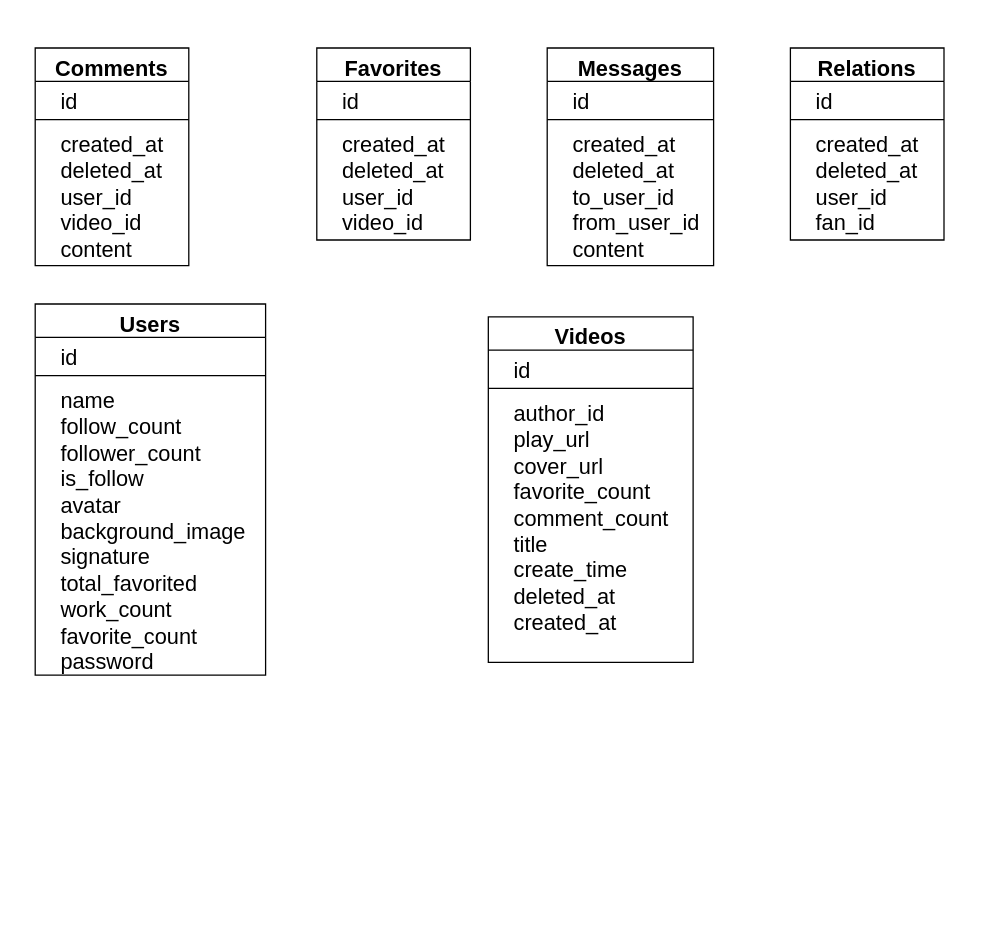
Earlier version of the draw.io diagram 数据库设计.drawio (Afeather2017/Afeather-Flowcharts). Source tidied: cells renumbered, new cells numbered last; positions are measured from the earlier drawing's top-left corner, leaving out a move shared by most shapes. Both pictures are drawn from the tidied source at 128%, with x=0, y=0 at pixel (35, 47).
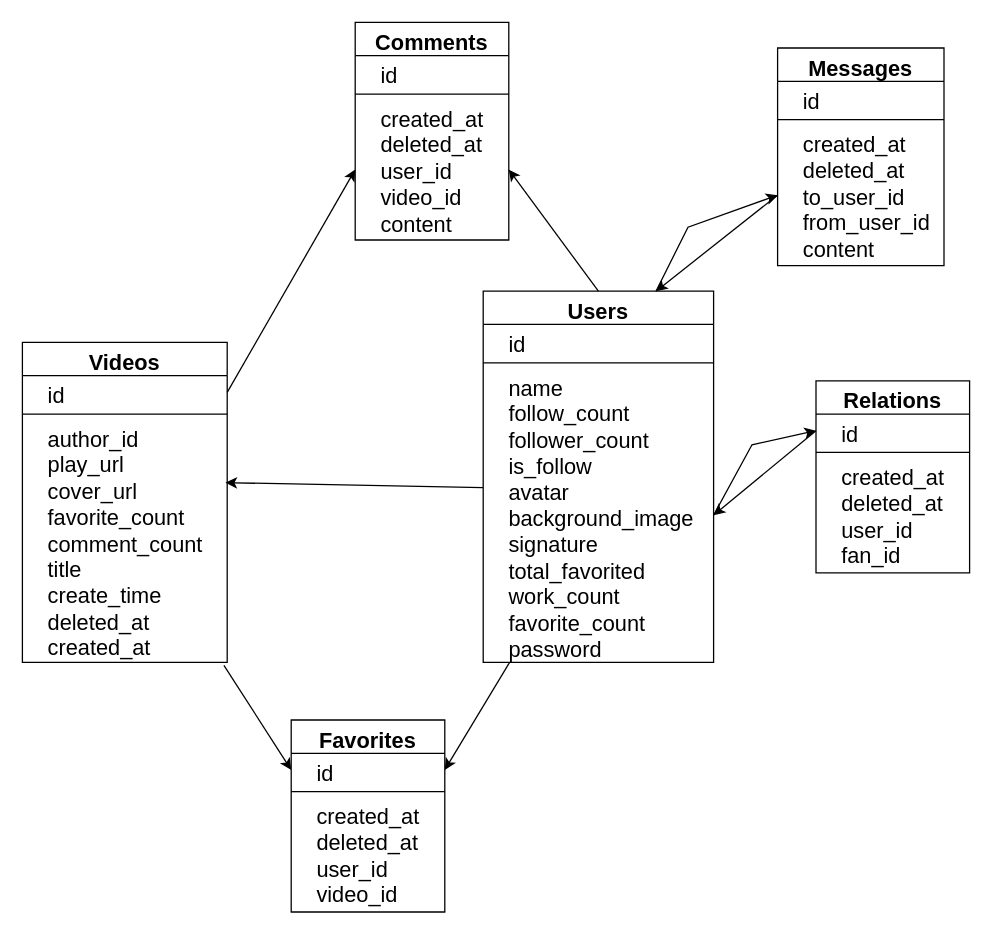
The same diagram, later.

Commit message (it also covers changes not shown here):
更新数据库设计.drawio

Unchanged cells that the change refers to:
```xml
<mxCell id="5" value="&amp;nbsp; &amp;nbsp;created_at&lt;br style=&quot;font-size: 17px;&quot;&gt;&amp;nbsp; &amp;nbsp;deleted_at&lt;br style=&quot;font-size: 17px;&quot;&gt;&amp;nbsp; &amp;nbsp;user_id&lt;br style=&quot;font-size: 17px;&quot;&gt;&amp;nbsp; &amp;nbsp;video_id&lt;br style=&quot;font-size: 17px;&quot;&gt;&amp;nbsp; &amp;nbsp;content" style="text;strokeColor=none;fillColor=none;align=left;verticalAlign=top;spacingLeft=4;spacingRight=4;overflow=hidden;points=[[0,0.5],[1,0.5]];portConstraint=eastwest;whiteSpace=wrap;html=1;fontSize=17;" parent="2" vertex="1">
  <mxGeometry y="60" width="120" height="110" as="geometry" />
</mxCell>
<mxCell id="7" value="&amp;nbsp; &amp;nbsp;id" style="text;strokeColor=none;fillColor=none;align=left;verticalAlign=top;spacingLeft=4;spacingRight=4;overflow=hidden;points=[[0,0.5],[1,0.5]];portConstraint=eastwest;whiteSpace=wrap;html=1;fontSize=17;" parent="6" vertex="1">
  <mxGeometry y="26" width="120" height="26" as="geometry" />
</mxCell>
<mxCell id="13" value="&amp;nbsp; &amp;nbsp;created_at&lt;br style=&quot;font-size: 17px;&quot;&gt;&amp;nbsp; &amp;nbsp;deleted_at&lt;br style=&quot;font-size: 17px;&quot;&gt;&amp;nbsp; &amp;nbsp;to_user_id&lt;br style=&quot;font-size: 17px;&quot;&gt;&amp;nbsp; &amp;nbsp;from_user_id&lt;br&gt;&amp;nbsp; &amp;nbsp;content" style="text;strokeColor=none;fillColor=none;align=left;verticalAlign=top;spacingLeft=4;spacingRight=4;overflow=hidden;points=[[0,0.5],[1,0.5]];portConstraint=eastwest;whiteSpace=wrap;html=1;fontSize=17;" parent="10" vertex="1">
  <mxGeometry y="60" width="130" height="110" as="geometry" />
</mxCell>
<mxCell id="15" value="&amp;nbsp; &amp;nbsp;id" style="text;strokeColor=none;fillColor=none;align=left;verticalAlign=top;spacingLeft=4;spacingRight=4;overflow=hidden;points=[[0,0.5],[1,0.5]];portConstraint=eastwest;whiteSpace=wrap;html=1;fontSize=17;" parent="14" vertex="1">
  <mxGeometry y="26" width="120" height="26" as="geometry" />
</mxCell>
<mxCell id="21" value="&lt;div&gt;&amp;nbsp; &amp;nbsp;name&amp;nbsp; &amp;nbsp; &amp;nbsp; &amp;nbsp; &amp;nbsp; &amp;nbsp; &amp;nbsp;&lt;/div&gt;&lt;div&gt;&amp;nbsp; &amp;nbsp;follow_count&amp;nbsp; &amp;nbsp; &amp;nbsp;&lt;/div&gt;&lt;div&gt;&amp;nbsp; &amp;nbsp;follower_count&amp;nbsp; &amp;nbsp;&lt;/div&gt;&lt;div&gt;&amp;nbsp; &amp;nbsp;is_follow&amp;nbsp; &amp;nbsp; &amp;nbsp; &amp;nbsp;&amp;nbsp;&lt;/div&gt;&lt;div&gt;&amp;nbsp; &amp;nbsp;avatar&amp;nbsp; &amp;nbsp; &amp;nbsp; &amp;nbsp; &amp;nbsp; &amp;nbsp;&lt;/div&gt;&lt;div&gt;&amp;nbsp; &amp;nbsp;background_image&amp;nbsp;&lt;/div&gt;&lt;div&gt;&amp;nbsp; &amp;nbsp;signature&amp;nbsp; &amp;nbsp; &amp;nbsp; &amp;nbsp;&amp;nbsp;&lt;/div&gt;&lt;div&gt;&amp;nbsp; &amp;nbsp;total_favorited&amp;nbsp;&amp;nbsp;&lt;/div&gt;&lt;div&gt;&amp;nbsp; &amp;nbsp;work_count&amp;nbsp; &amp;nbsp; &amp;nbsp; &amp;nbsp;&lt;/div&gt;&lt;div&gt;&amp;nbsp; &amp;nbsp;favorite_count&amp;nbsp; &amp;nbsp;&lt;/div&gt;&lt;div&gt;&amp;nbsp; &amp;nbsp;password&amp;nbsp; &amp;nbsp; &amp;nbsp; &amp;nbsp; &amp;nbsp;&lt;/div&gt;&lt;div&gt;&lt;br&gt;&lt;/div&gt;" style="text;strokeColor=none;fillColor=none;align=left;verticalAlign=top;spacingLeft=4;spacingRight=4;overflow=hidden;points=[[0,0.5],[1,0.5]];portConstraint=eastwest;whiteSpace=wrap;html=1;fontSize=17;" parent="18" vertex="1">
  <mxGeometry y="60" width="180" height="230" as="geometry" />
</mxCell>
<mxCell id="23" value="&amp;nbsp; &amp;nbsp;id" style="text;strokeColor=none;fillColor=none;align=left;verticalAlign=top;spacingLeft=4;spacingRight=4;overflow=hidden;points=[[0,0.5],[1,0.5]];portConstraint=eastwest;whiteSpace=wrap;html=1;fontSize=17;" parent="22" vertex="1">
  <mxGeometry y="26" width="160" height="26" as="geometry" />
</mxCell>
```

The edit, as a diff of the source:
```diff
@@
     <mxCell id="2" value="Comments" style="swimlane;fontStyle=1;align=center;verticalAlign=top;horizontal=1;startSize=26;whiteSpace=wrap;html=1;fillColor=none;fontSize=17;" parent="1" vertex="1">
-      <mxGeometry width="120" height="170" as="geometry" />
+      <mxGeometry x="250" y="-20" width="120" height="170" as="geometry" />
     </mxCell>
@@
     <mxCell id="6" value="Favorites" style="swimlane;fontStyle=1;align=center;verticalAlign=top;horizontal=1;startSize=26;whiteSpace=wrap;html=1;fillColor=none;fontSize=17;" parent="1" vertex="1">
-      <mxGeometry x="220" width="120" height="150" as="geometry" />
+      <mxGeometry x="200" y="525" width="120" height="150" as="geometry" />
     </mxCell>
@@
     <mxCell id="10" value="Messages" style="swimlane;fontStyle=1;align=center;verticalAlign=top;horizontal=1;startSize=26;whiteSpace=wrap;html=1;fillColor=none;fontSize=17;" parent="1" vertex="1">
-      <mxGeometry x="400" width="130" height="170" as="geometry" />
+      <mxGeometry x="580" width="130" height="170" as="geometry" />
     </mxCell>
@@
     <mxCell id="14" value="Relations" style="swimlane;fontStyle=1;align=center;verticalAlign=top;horizontal=1;startSize=26;whiteSpace=wrap;html=1;fillColor=none;fontSize=17;" parent="1" vertex="1">
-      <mxGeometry x="590" width="120" height="150" as="geometry" />
+      <mxGeometry x="610" y="260" width="120" height="150" as="geometry" />
     </mxCell>
@@
     <mxCell id="18" value="Users" style="swimlane;fontStyle=1;align=center;verticalAlign=top;horizontal=1;startSize=26;whiteSpace=wrap;html=1;fillColor=none;fontSize=17;" parent="1" vertex="1">
-      <mxGeometry y="200" width="180" height="290" as="geometry" />
+      <mxGeometry x="350" y="190" width="180" height="290" as="geometry" />
     </mxCell>
@@
     <mxCell id="22" value="Videos" style="swimlane;fontStyle=1;align=center;verticalAlign=top;horizontal=1;startSize=26;whiteSpace=wrap;html=1;fillColor=none;fontSize=17;" parent="1" vertex="1">
-      <mxGeometry x="354" y="210" width="160" height="270" as="geometry" />
+      <mxGeometry x="-10" y="230" width="160" height="250" as="geometry" />
     </mxCell>
@@
     <mxCell id="25" value="&lt;div&gt;&lt;div&gt;&amp;nbsp; &amp;nbsp;author_id&amp;nbsp; &amp;nbsp; &amp;nbsp;&amp;nbsp;&lt;/div&gt;&lt;div&gt;&amp;nbsp; &amp;nbsp;play_url&amp;nbsp; &amp;nbsp; &amp;nbsp; &amp;nbsp;&lt;/div&gt;&lt;div&gt;&amp;nbsp; &amp;nbsp;cover_url&amp;nbsp; &amp;nbsp; &amp;nbsp;&amp;nbsp;&lt;/div&gt;&lt;div&gt;&amp;nbsp; &amp;nbsp;favorite_count&amp;nbsp;&lt;/div&gt;&lt;div&gt;&amp;nbsp; &amp;nbsp;comment_count&amp;nbsp;&amp;nbsp;&lt;/div&gt;&lt;div&gt;&amp;nbsp; &amp;nbsp;title&amp;nbsp; &amp;nbsp; &amp;nbsp; &amp;nbsp; &amp;nbsp;&amp;nbsp;&lt;/div&gt;&lt;div&gt;&amp;nbsp; &amp;nbsp;create_time&amp;nbsp; &amp;nbsp;&amp;nbsp;&lt;/div&gt;&lt;div&gt;&amp;nbsp; &amp;nbsp;deleted_at&amp;nbsp; &amp;nbsp; &amp;nbsp;&lt;/div&gt;&lt;div&gt;&amp;nbsp; &amp;nbsp;created_at&amp;nbsp; &amp;nbsp; &amp;nbsp;&lt;/div&gt;&lt;div&gt;&lt;br&gt;&lt;/div&gt;&lt;/div&gt;" style="text;strokeColor=none;fillColor=none;align=left;verticalAlign=top;spacingLeft=4;spacingRight=4;overflow=hidden;points=[[0,0.5],[1,0.5]];portConstraint=eastwest;whiteSpace=wrap;html=1;fontSize=17;" parent="22" vertex="1">
-      <mxGeometry y="60" width="160" height="210" as="geometry" />
+      <mxGeometry y="60" width="160" height="190" as="geometry" />
     </mxCell>
+    <mxCell id="26" style="endArrow=classic;html=1;rounded=0;entryX=0;entryY=0.5;entryDx=0;entryDy=0;exitX=1;exitY=0.5;exitDx=0;exitDy=0;" parent="1" edge="1" source="23" target="5">
+      <mxGeometry relative="1" as="geometry" />
+    </mxCell>
+    <mxCell id="27" style="endArrow=classic;html=1;rounded=0;entryX=1;entryY=0.5;entryDx=0;entryDy=0;exitX=0.5;exitY=0;exitDx=0;exitDy=0;" parent="1" edge="1" source="18" target="5">
+      <mxGeometry relative="1" as="geometry" />
+    </mxCell>
+    <mxCell id="28" style="endArrow=classic;html=1;rounded=0;exitX=-0.001;exitY=0.406;exitDx=0;exitDy=0;exitPerimeter=0;entryX=0.992;entryY=0.261;entryDx=0;entryDy=0;entryPerimeter=0;" parent="1" edge="1" source="21" target="25">
+      <mxGeometry relative="1" as="geometry" />
+    </mxCell>
+    <mxCell id="29" style="endArrow=classic;html=1;rounded=0;entryX=0;entryY=0.5;entryDx=0;entryDy=0;exitX=0.75;exitY=0;exitDx=0;exitDy=0;" parent="1" edge="1" source="18" target="13">
+      <mxGeometry relative="1" as="geometry">
+        <Array as="points">
+          <mxPoint x="510" y="140" />
+        </Array>
+      </mxGeometry>
+    </mxCell>
+    <mxCell id="30" style="endArrow=classic;html=1;rounded=0;exitX=0;exitY=0.5;exitDx=0;exitDy=0;entryX=0.75;entryY=0;entryDx=0;entryDy=0;" parent="1" edge="1" source="13" target="18">
+      <mxGeometry relative="1" as="geometry" />
+    </mxCell>
+    <mxCell id="31" style="endArrow=classic;html=1;rounded=0;entryX=0;entryY=0.5;entryDx=0;entryDy=0;exitX=1;exitY=0.5;exitDx=0;exitDy=0;" parent="1" edge="1" source="21" target="15">
+      <mxGeometry relative="1" as="geometry">
+        <Array as="points">
+          <mxPoint x="560" y="310" />
+        </Array>
+      </mxGeometry>
+    </mxCell>
+    <mxCell id="32" style="endArrow=classic;html=1;rounded=0;exitX=0;exitY=0.5;exitDx=0;exitDy=0;entryX=1;entryY=0.5;entryDx=0;entryDy=0;" parent="1" edge="1" source="15" target="21">
+      <mxGeometry relative="1" as="geometry" />
+    </mxCell>
+    <mxCell id="33" style="endArrow=classic;html=1;rounded=0;exitX=0.984;exitY=1.012;exitDx=0;exitDy=0;exitPerimeter=0;entryX=0;entryY=0.5;entryDx=0;entryDy=0;" parent="1" edge="1" source="25" target="7">
+      <mxGeometry relative="1" as="geometry" />
+    </mxCell>
+    <mxCell id="34" style="endArrow=classic;html=1;rounded=0;entryX=1;entryY=0.5;entryDx=0;entryDy=0;" parent="1" edge="1" source="21" target="7">
+      <mxGeometry relative="1" as="geometry" />
+    </mxCell>
```
